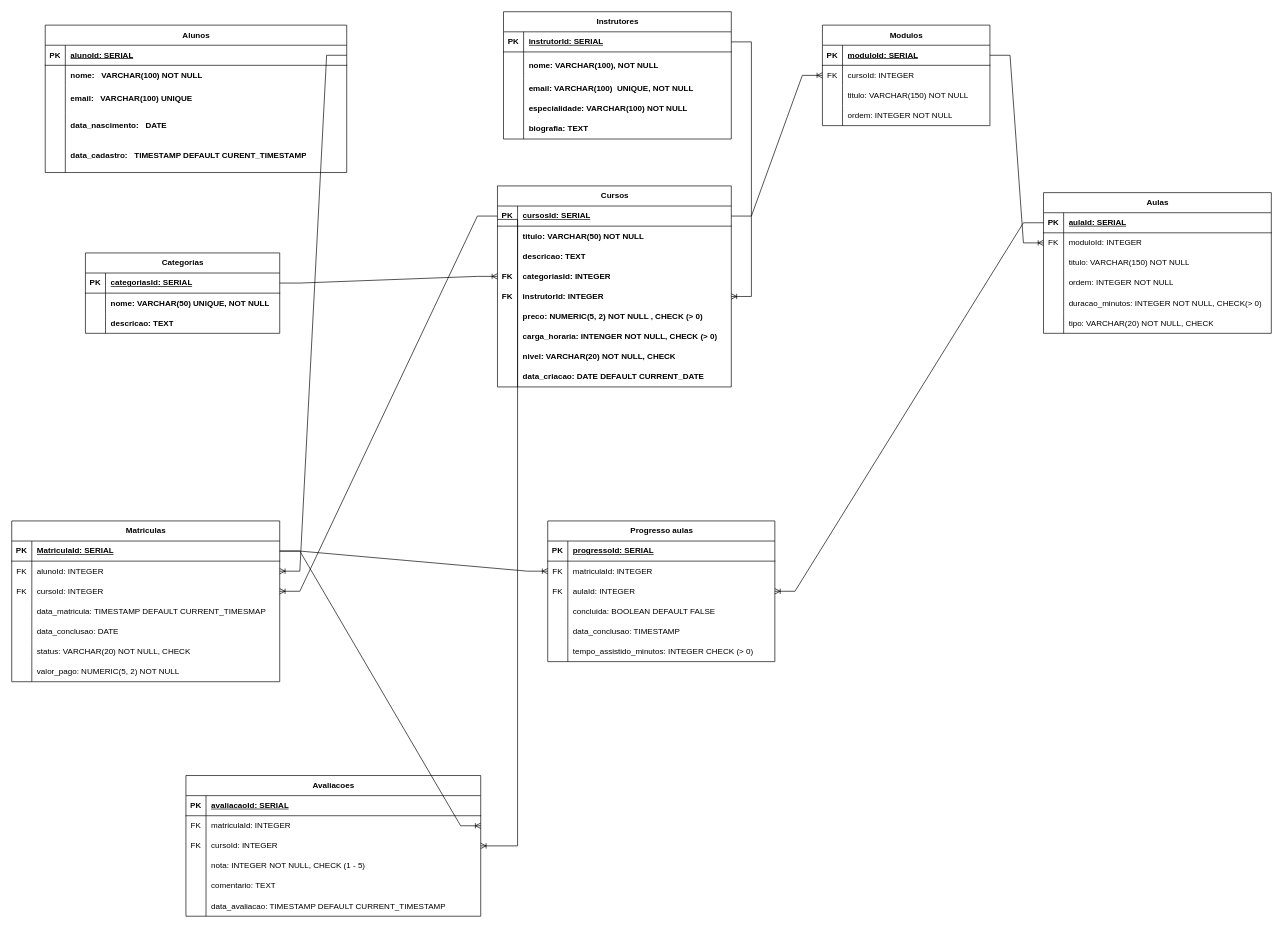
Earlier version of the draw.io diagram page "Página-1" (1 of 2) of EDUtech.drawio (LuizVitorAlves/PlataformaEduTech_CasaDigital). Source tidied: cells renumbered, new cells numbered last; positions are measured from the earlier drawing's top-left corner, leaving out a move shared by most shapes. Both pictures are drawn from the tidied source at 67%, with x=0, y=0 at pixel (-263, 11).
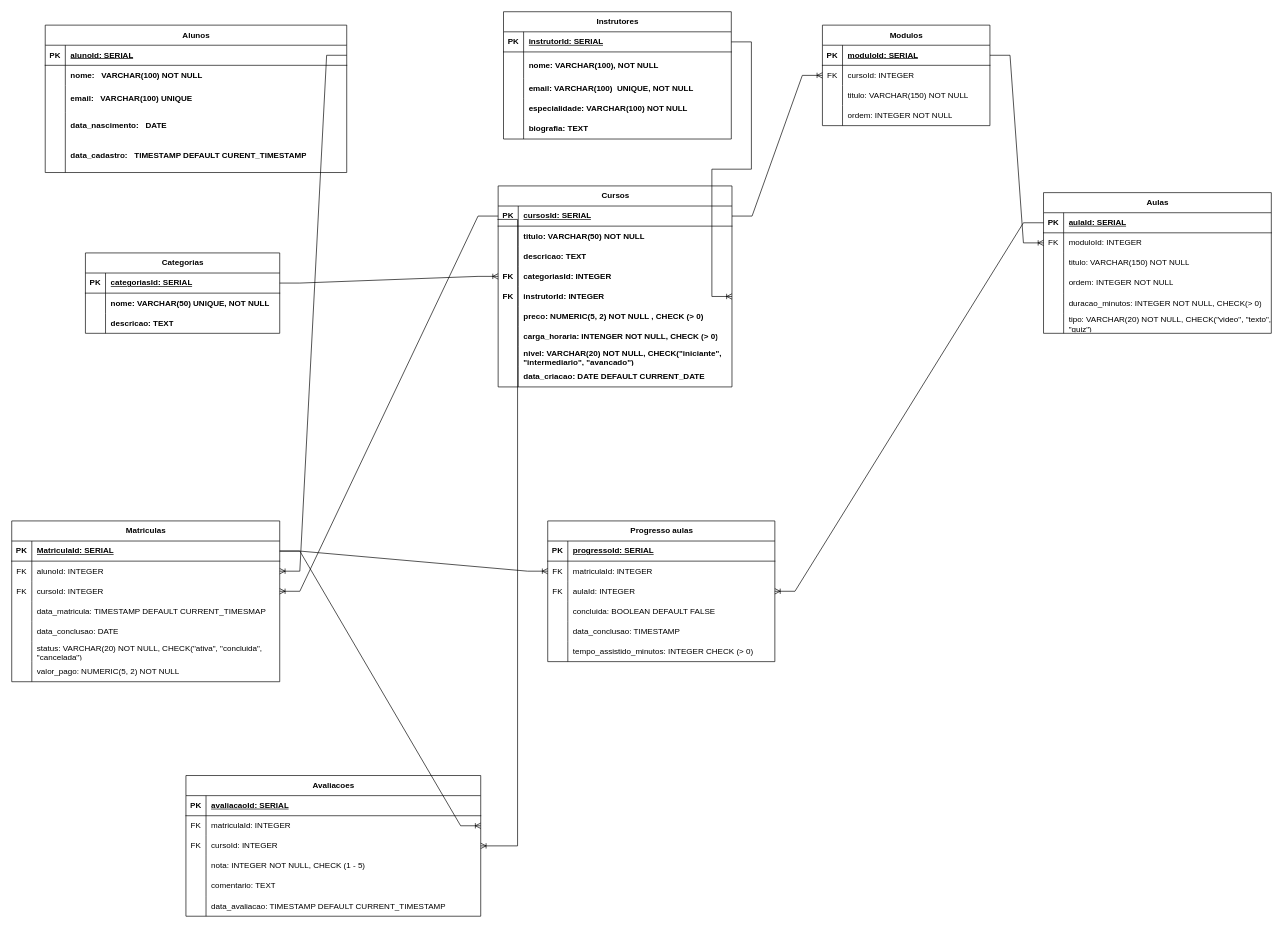
Above is the later version.

Commit message:
Adição dos checks obrigatorios

The change refers to these unchanged cells:
```xml
<mxCell id="66" style="shape=tableRow;horizontal=0;startSize=0;swimlaneHead=0;swimlaneBody=0;fillColor=none;top=0;left=0;right=0;bottom=0;" parent="44" vertex="1">
  <mxGeometry y="240" width="349" height="30" as="geometry" />
</mxCell>
<mxCell id="104" style="shape=tableRow;horizontal=0;startSize=0;swimlaneHead=0;swimlaneBody=0;fillColor=none;top=0;left=0;right=0;bottom=0;" parent="88" vertex="1">
  <mxGeometry y="180" width="340" height="30" as="geometry" />
</mxCell>
<mxCell id="124" style="shape=tableRow;horizontal=0;startSize=0;swimlaneHead=0;swimlaneBody=0;fillColor=none;top=0;left=0;right=0;bottom=0;" parent="108" vertex="1">
  <mxGeometry y="180" width="400" height="30" as="geometry" />
</mxCell>
```

Change to the diagram source:
```diff
@@
     <mxCell id="44" value="Cursos" style="shape=table;startSize=30;childLayout=tableLayout;rowLines=0;fontStyle=1;align=center;html=1;" parent="1" vertex="1">
-      <mxGeometry x="1135" y="260" width="349" height="300" as="geometry" />
+      <mxGeometry x="1136" y="260" width="349" height="300" as="geometry" />
     </mxCell>
@@
-    <mxCell id="68" value="nivel: VARCHAR(20) NOT NULL, CHECK" style="shape=partialRectangle;fillColor=none;top=0;left=0;bottom=0;right=0;align=left;spacingLeft=6;overflow=hidden;whiteSpace=wrap;html=1;fontStyle=1;" parent="66" vertex="1">
+    <mxCell id="68" value="nivel: VARCHAR(20) NOT NULL, CHECK(&quot;iniciante&quot;, &quot;intermediario&quot;, &quot;avancado&quot;)" style="shape=partialRectangle;fillColor=none;top=0;left=0;bottom=0;right=0;align=left;spacingLeft=6;overflow=hidden;whiteSpace=wrap;html=1;fontStyle=1;" parent="66" vertex="1">
       <mxGeometry x="30" width="319" height="30" as="geometry" />
     </mxCell>
@@
-    <mxCell id="106" value="tipo: VARCHAR(20) NOT NULL, CHECK" style="shape=partialRectangle;fillColor=none;top=0;left=0;bottom=0;right=0;align=left;spacingLeft=6;overflow=hidden;whiteSpace=wrap;html=1;" parent="104" vertex="1">
+    <mxCell id="106" value="tipo: VARCHAR(20) NOT NULL, CHECK(&quot;video&quot;, &quot;texto&quot;, &quot;quiz&quot;)" style="shape=partialRectangle;fillColor=none;top=0;left=0;bottom=0;right=0;align=left;spacingLeft=6;overflow=hidden;whiteSpace=wrap;html=1;" parent="104" vertex="1">
       <mxGeometry x="30" width="310" height="30" as="geometry" />
     </mxCell>
@@
-    <mxCell id="126" value="status: VARCHAR(20) NOT NULL, CHECK" style="shape=partialRectangle;fillColor=none;top=0;left=0;bottom=0;right=0;align=left;spacingLeft=6;overflow=hidden;whiteSpace=wrap;html=1;" parent="124" vertex="1">
+    <mxCell id="126" value="status: VARCHAR(20) NOT NULL, CHECK(&quot;ativa&quot;, &quot;concluida&quot;, &quot;cancelada&quot;)" style="shape=partialRectangle;fillColor=none;top=0;left=0;bottom=0;right=0;align=left;spacingLeft=6;overflow=hidden;whiteSpace=wrap;html=1;" parent="124" vertex="1">
       <mxGeometry x="30" width="370" height="30" as="geometry" />
     </mxCell>
```
